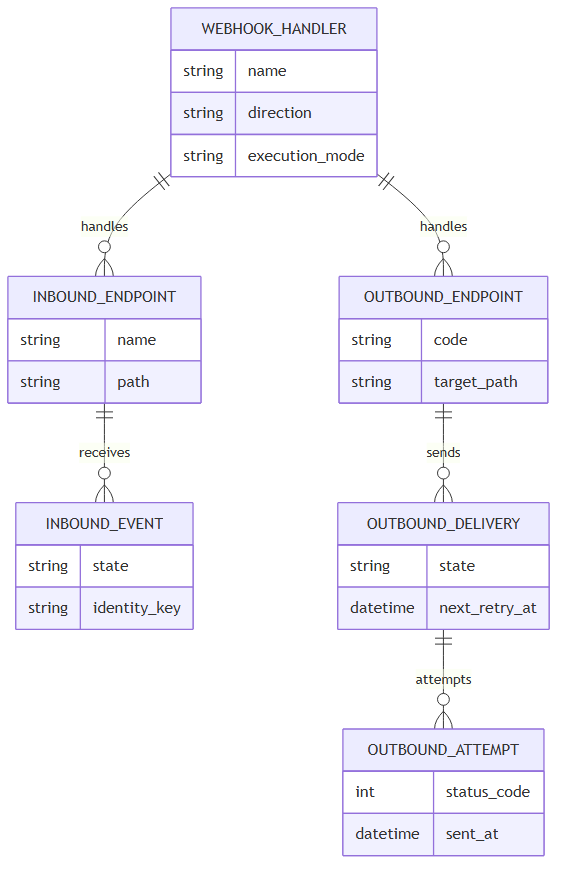
Earlier version of the Mermaid export bwt_webhooks_core/static/description/diagrams/webhooks-core-entities.png (bitwise-hq/odoo-webhooks). Its source is kept beside it as docs/diagrams/webhooks-core-entities.mmd. The source it was exported from:
```mermaid
erDiagram
  WEBHOOK_HANDLER {
    string name
    string direction
    string execution_mode
  }
  INBOUND_ENDPOINT {
    string name
    string path
  }
  INBOUND_EVENT {
    string state
    string identity_key
  }
  OUTBOUND_ENDPOINT {
    string code
    string target_path
  }
  OUTBOUND_DELIVERY {
    string state
    datetime next_retry_at
  }
  OUTBOUND_ATTEMPT {
    int status_code
    datetime sent_at
  }

  WEBHOOK_HANDLER ||--o{ INBOUND_ENDPOINT : handles
  WEBHOOK_HANDLER ||--o{ OUTBOUND_ENDPOINT : handles
  INBOUND_ENDPOINT ||--o{ INBOUND_EVENT : receives
  OUTBOUND_ENDPOINT ||--o{ OUTBOUND_DELIVERY : sends
  OUTBOUND_DELIVERY ||--o{ OUTBOUND_ATTEMPT : attempts
```
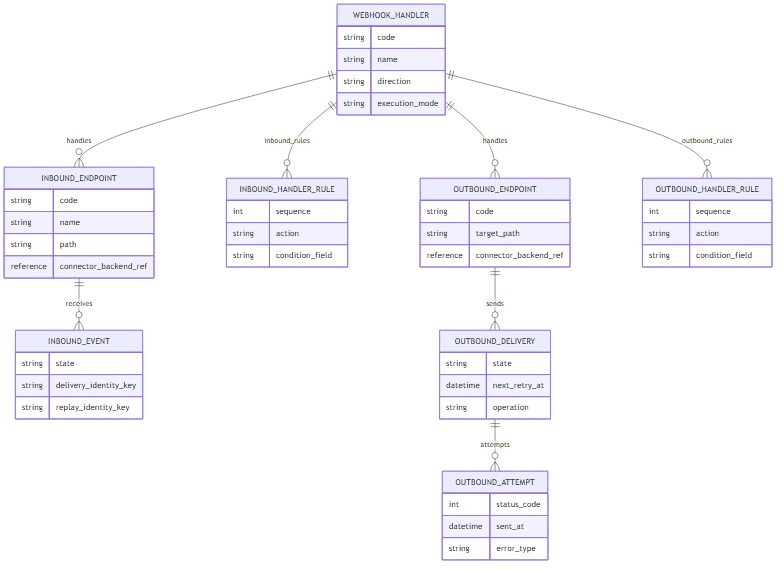
Above is the later version.

The edit, as a diff of the source:
```diff
@@ -1,32 +1,51 @@
 erDiagram
   WEBHOOK_HANDLER {
+    string code
     string name
     string direction
     string execution_mode
   }
   INBOUND_ENDPOINT {
+    string code
     string name
     string path
+    reference connector_backend_ref
   }
   INBOUND_EVENT {
     string state
-    string identity_key
+    string delivery_identity_key
+    string replay_identity_key
+  }
+  INBOUND_HANDLER_RULE {
+    int sequence
+    string action
+    string condition_field
   }
   OUTBOUND_ENDPOINT {
     string code
     string target_path
+    reference connector_backend_ref
   }
   OUTBOUND_DELIVERY {
     string state
     datetime next_retry_at
+    string operation
+  }
+  OUTBOUND_HANDLER_RULE {
+    int sequence
+    string action
+    string condition_field
   }
   OUTBOUND_ATTEMPT {
     int status_code
     datetime sent_at
+    string error_type
   }
 
   WEBHOOK_HANDLER ||--o{ INBOUND_ENDPOINT : handles
   WEBHOOK_HANDLER ||--o{ OUTBOUND_ENDPOINT : handles
+  WEBHOOK_HANDLER ||--o{ INBOUND_HANDLER_RULE : inbound_rules
+  WEBHOOK_HANDLER ||--o{ OUTBOUND_HANDLER_RULE : outbound_rules
   INBOUND_ENDPOINT ||--o{ INBOUND_EVENT : receives
   OUTBOUND_ENDPOINT ||--o{ OUTBOUND_DELIVERY : sends
   OUTBOUND_DELIVERY ||--o{ OUTBOUND_ATTEMPT : attempts
```
